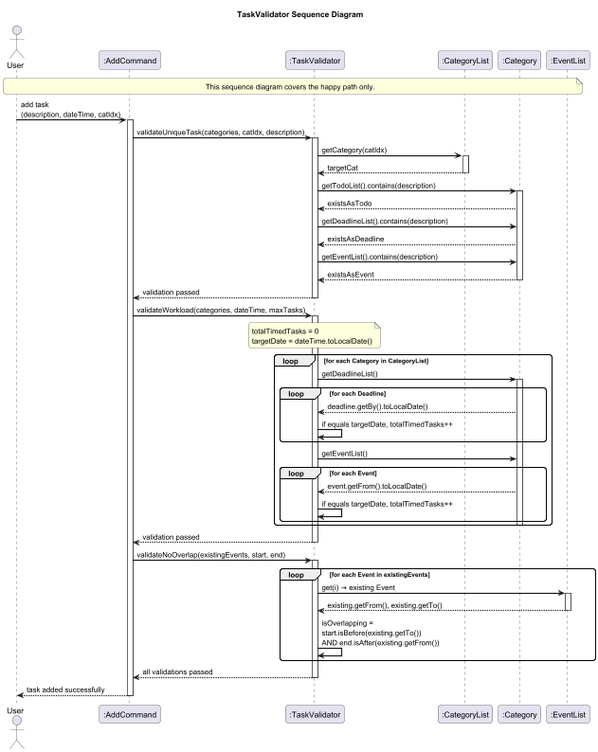
michaelshyam1/tp keeps this PlantUML diagram as docs/pictures/TaskValidatorSequence.png. Above is the earlier version.
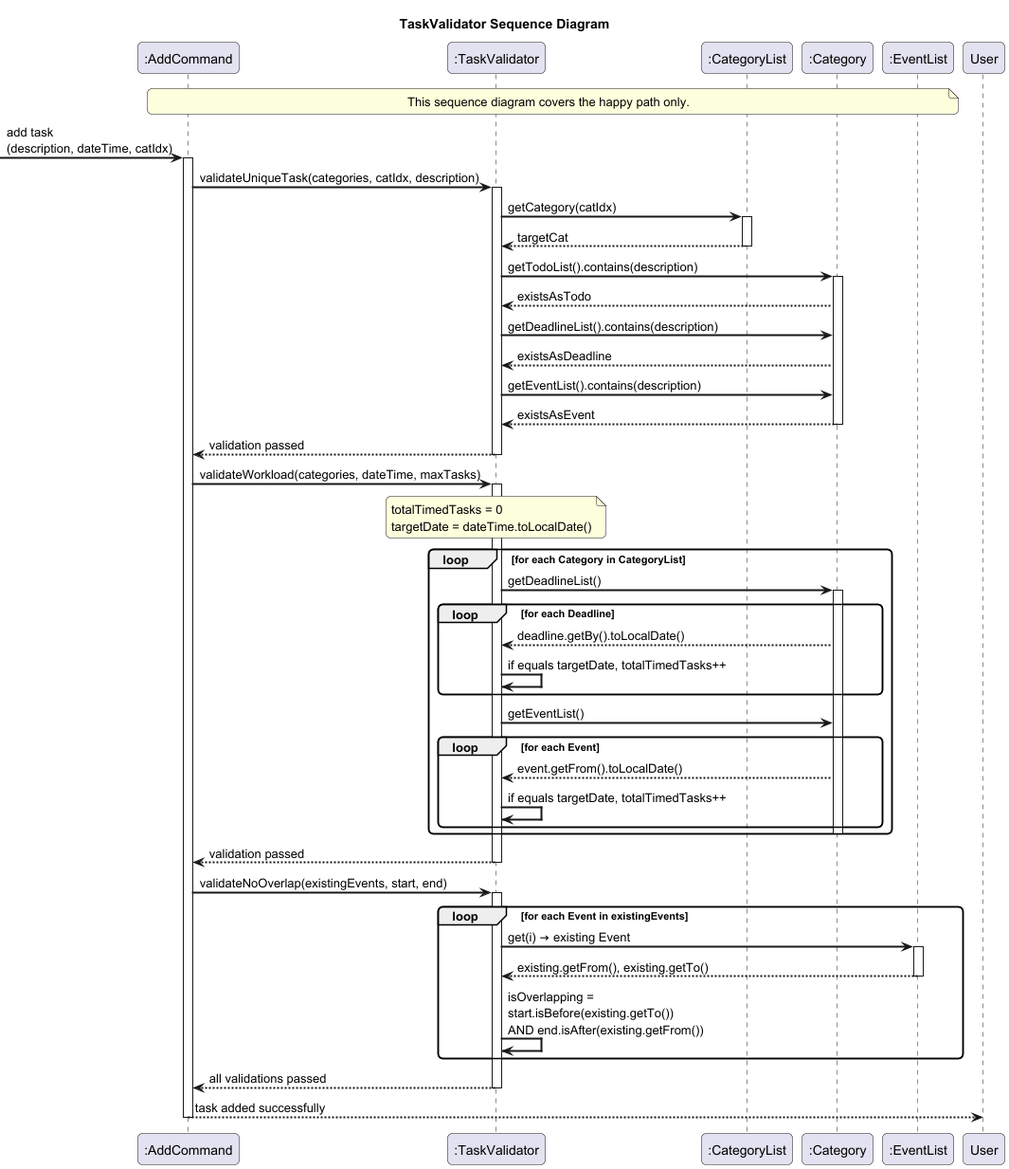
After the commit.

Commit message:
Minor changes to sequence diagrams

What changed in the source:
```diff
@@ -5,16 +5,15 @@
 
 title TaskValidator Sequence Diagram
 
-actor User
 participant ":AddCommand" as AC
 participant ":TaskValidator" as TV
 participant ":CategoryList" as CL
 participant ":Category" as CAT
 participant ":EventList" as EL
 
-note over User, EL : This sequence diagram covers the happy path only.
+note over AC, EL : This sequence diagram covers the happy path only.
 
-User -> AC : add task\n(description, dateTime, catIdx)
+-> AC : add task\n(description, dateTime, catIdx)
 activate AC
 
 AC -> TV : validateUniqueTask(categories, catIdx, description)
```
